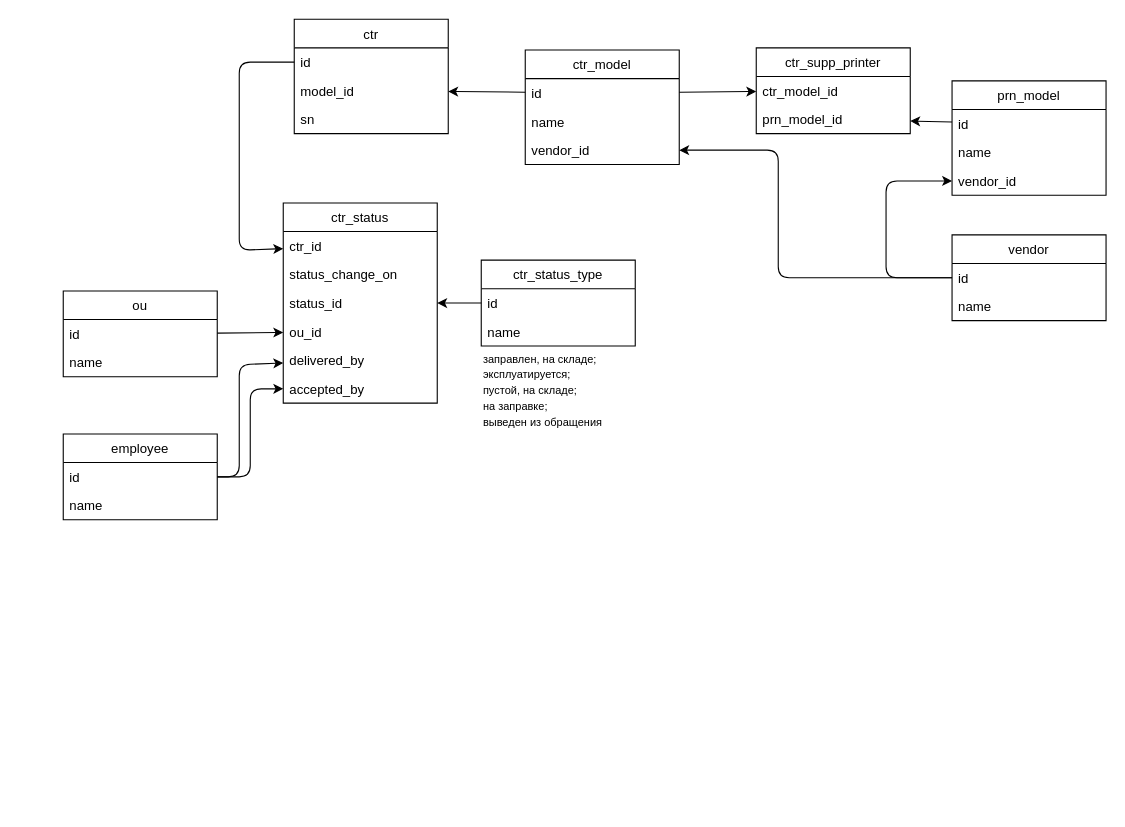
This is cartridge_accounting.drawio from IgorTkachuk/caartridge_accounting, a draw.io file, before an edit. Source tidied: cells renumbered, new cells numbered last; positions are measured from the earlier drawing's top-left corner, leaving out a move shared by most shapes. Both pictures are drawn from the tidied source at 110%, with x=0, y=0 at pixel (63, 19).
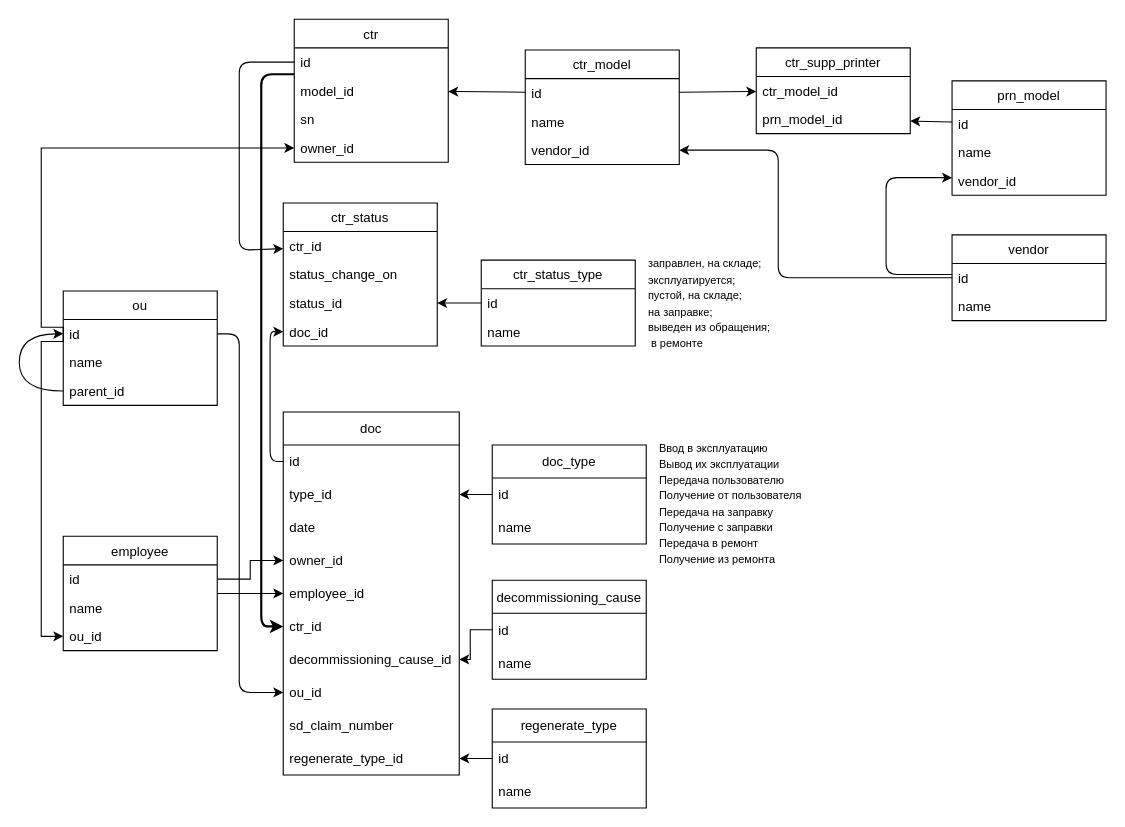
Above is the later version.

The change refers to these unchanged cells:
```xml
<mxCell id="3" value="id" style="text;strokeColor=none;fillColor=none;align=left;verticalAlign=top;spacingLeft=4;spacingRight=4;overflow=hidden;points=[[0,0.5],[1,0.5]];portConstraint=eastwest;" parent="2" vertex="1">
  <mxGeometry y="26" width="140" height="26" as="geometry" />
</mxCell>
<mxCell id="9" value="vendor_id" style="text;strokeColor=none;fillColor=none;align=left;verticalAlign=top;spacingLeft=4;spacingRight=4;overflow=hidden;points=[[0,0.5],[1,0.5]];portConstraint=eastwest;" parent="6" vertex="1">
  <mxGeometry y="78" width="140" height="26" as="geometry" />
</mxCell>
<mxCell id="18" value="id" style="text;strokeColor=none;fillColor=none;align=left;verticalAlign=top;spacingLeft=4;spacingRight=4;overflow=hidden;points=[[0,0.5],[1,0.5]];portConstraint=eastwest;" parent="17" vertex="1">
  <mxGeometry y="26" width="140" height="26" as="geometry" />
</mxCell>
<mxCell id="36" value="id" style="text;strokeColor=none;fillColor=none;align=left;verticalAlign=top;spacingLeft=4;spacingRight=4;overflow=hidden;points=[[0,0.5],[1,0.5]];portConstraint=eastwest;" parent="35" vertex="1">
  <mxGeometry y="26" width="140" height="26" as="geometry" />
</mxCell>
<mxCell id="41" value="id" style="text;strokeColor=none;fillColor=none;align=left;verticalAlign=top;spacingLeft=4;spacingRight=4;overflow=hidden;points=[[0,0.5],[1,0.5]];portConstraint=eastwest;" parent="40" vertex="1">
  <mxGeometry y="26" width="140" height="26" as="geometry" />
</mxCell>
```

Diff of the diagram source:
```diff
@@
     <mxCell id="2" value="ctr" style="swimlane;fontStyle=0;horizontal=1;startSize=26;" parent="1" vertex="1">
-      <mxGeometry x="210" width="140" height="104" as="geometry" />
+      <mxGeometry x="210" width="140" height="130" as="geometry" />
     </mxCell>
@@
+    <mxCell id="47" value="owner_id" style="text;strokeColor=none;fillColor=none;align=left;verticalAlign=top;spacingLeft=4;spacingRight=4;overflow=hidden;points=[[0,0.5],[1,0.5]];portConstraint=eastwest;" parent="2" vertex="1">
+      <mxGeometry y="104" width="140" height="26" as="geometry" />
+    </mxCell>
@@
-    <mxCell id="20" style="endArrow=classic;html=1;exitX=0;exitY=0.5;exitDx=0;exitDy=0;" parent="1" edge="1" source="18" target="9">
+    <mxCell id="20" style="endArrow=classic;html=1;exitX=0;exitY=0.5;exitDx=0;exitDy=0;" parent="1" edge="1">
       <mxGeometry relative="1" as="geometry">
+        <mxPoint x="808" y="232" as="sourcePoint" />
+        <mxPoint x="808" y="144" as="targetPoint" />
         <Array as="points">
-          <mxPoint x="748" y="235" />
-          <mxPoint x="748" y="147" />
+          <mxPoint x="748" y="232" />
+          <mxPoint x="748" y="144" />
         </Array>
       </mxGeometry>
     </mxCell>
@@
     <mxCell id="23" value="ctr_status" style="swimlane;fontStyle=0;horizontal=1;startSize=26;" parent="1" vertex="1">
-      <mxGeometry x="200" y="167" width="140" height="182" as="geometry" />
+      <mxGeometry x="200" y="167" width="140" height="130" as="geometry" />
     </mxCell>
@@
-    <mxCell id="27" value="ou_id" style="text;strokeColor=none;fillColor=none;align=left;verticalAlign=top;spacingLeft=4;spacingRight=4;overflow=hidden;points=[[0,0.5],[1,0.5]];portConstraint=eastwest;" parent="23" vertex="1">
-      <mxGeometry y="104" width="140" height="26" as="geometry" />
-    </mxCell>
-    <mxCell id="28" value="delivered_by" style="text;strokeColor=none;fillColor=none;align=left;verticalAlign=top;spacingLeft=4;spacingRight=4;overflow=hidden;points=[[0,0.5],[1,0.5]];portConstraint=eastwest;" parent="23" vertex="1">
-      <mxGeometry y="130" width="140" height="26" as="geometry" />
-    </mxCell>
-    <mxCell id="29" value="accepted_by" style="text;strokeColor=none;fillColor=none;align=left;verticalAlign=top;spacingLeft=4;spacingRight=4;overflow=hidden;points=[[0,0.5],[1,0.5]];portConstraint=eastwest;" parent="23" vertex="1">
-      <mxGeometry y="156" width="140" height="26" as="geometry" />
-    </mxCell>
+    <mxCell id="48" value="doc_id" style="text;strokeColor=none;fillColor=none;align=left;verticalAlign=top;spacingLeft=4;spacingRight=4;overflow=hidden;points=[[0,0.5],[1,0.5]];portConstraint=eastwest;" parent="23" vertex="1">
+      <mxGeometry y="104" width="140" height="26" as="geometry" />
+    </mxCell>
@@
     <mxCell id="35" value="ou" style="swimlane;fontStyle=0;horizontal=1;startSize=26;" parent="1" vertex="1">
-      <mxGeometry y="247" width="140" height="78" as="geometry" />
+      <mxGeometry y="247" width="140" height="104" as="geometry" />
     </mxCell>
@@
-    <mxCell id="38" style="endArrow=classic;html=1;" parent="1" edge="1" source="36" target="27">
-      <mxGeometry relative="1" as="geometry" />
-    </mxCell>
+    <mxCell id="49" style="edgeStyle=orthogonalEdgeStyle;jettySize=auto;html=1;exitX=0;exitY=0.5;exitDx=0;exitDy=0;entryX=0;entryY=0.5;entryDx=0;entryDy=0;curved=1;" parent="35" edge="1" source="50" target="36">
+      <mxGeometry relative="1" as="geometry">
+        <Array as="points">
+          <mxPoint x="-40" y="91" />
+          <mxPoint x="-40" y="39" />
+        </Array>
+      </mxGeometry>
+    </mxCell>
+    <mxCell id="50" value="parent_id" style="text;strokeColor=none;fillColor=none;align=left;verticalAlign=top;spacingLeft=4;spacingRight=4;overflow=hidden;points=[[0,0.5],[1,0.5]];portConstraint=eastwest;" parent="35" vertex="1">
+      <mxGeometry y="78" width="140" height="26" as="geometry" />
+    </mxCell>
-    <mxCell id="39" value="&lt;span style=&quot;font-size: 10px&quot;&gt;заправлен, на складе;&lt;br&gt;эксплуатируется;&lt;br&gt;пустой, на складе;&lt;br&gt;на заправке;&lt;br&gt;выведен из обращения&lt;br&gt;&lt;/span&gt;" style="text;html=1;align=left;verticalAlign=middle;strokeColor=none;" parent="1" vertex="1">
-      <mxGeometry x="380" y="297" width="120" height="80" as="geometry" />
+    <mxCell id="39" value="&lt;span style=&quot;font-size: 10px&quot;&gt;заправлен, на складе;&lt;br&gt;эксплуатируется;&lt;br&gt;пустой, на складе;&lt;br&gt;на заправке;&lt;br&gt;выведен из обращения;&lt;br&gt;&amp;nbsp;в ремонте&lt;br&gt;&lt;/span&gt;" style="text;html=1;align=left;verticalAlign=middle;strokeColor=none;" parent="1" vertex="1">
+      <mxGeometry x="530" y="208" width="130" height="100" as="geometry" />
     </mxCell>
+    <mxCell id="51" style="edgeStyle=orthogonalEdgeStyle;rounded=0;jettySize=auto;html=1;" parent="1" edge="1" source="40" target="58">
+      <mxGeometry relative="1" as="geometry" />
+    </mxCell>
     <mxCell id="40" value="employee" style="swimlane;fontStyle=0;horizontal=1;startSize=26;" parent="1" vertex="1">
-      <mxGeometry y="377" width="140" height="78" as="geometry" />
+      <mxGeometry y="470" width="140" height="104" as="geometry" />
     </mxCell>
@@
-    <mxCell id="43" style="endArrow=classic;html=1;" parent="1" edge="1" source="41" target="28">
-      <mxGeometry relative="1" as="geometry">
-        <Array as="points">
-          <mxPoint x="160" y="416" />
-          <mxPoint x="160" y="314" />
-        </Array>
-      </mxGeometry>
-    </mxCell>
-    <mxCell id="44" style="endArrow=classic;html=1;" parent="1" edge="1" source="41" target="29">
-      <mxGeometry relative="1" as="geometry">
-        <Array as="points">
-          <mxPoint x="170" y="416" />
-          <mxPoint x="170" y="336" />
-        </Array>
-      </mxGeometry>
-    </mxCell>
+    <mxCell id="27" value="ou_id" style="text;strokeColor=none;fillColor=none;align=left;verticalAlign=top;spacingLeft=4;spacingRight=4;overflow=hidden;points=[[0,0.5],[1,0.5]];portConstraint=eastwest;" parent="40" vertex="1">
+      <mxGeometry y="78" width="140" height="26" as="geometry" />
+    </mxCell>
@@
+    <mxCell id="52" style="edgeStyle=orthogonalEdgeStyle;rounded=0;jettySize=auto;html=1;exitX=0;exitY=0.5;exitDx=0;exitDy=0;entryX=0;entryY=0.5;entryDx=0;entryDy=0;" parent="1" edge="1" source="36" target="47">
+      <mxGeometry relative="1" as="geometry">
+        <Array as="points">
+          <mxPoint y="280" />
+          <mxPoint x="-20" y="280" />
+          <mxPoint x="-20" y="117" />
+        </Array>
+      </mxGeometry>
+    </mxCell>
+    <mxCell id="38" style="edgeStyle=orthogonalEdgeStyle;rounded=0;jettySize=auto;html=1;exitX=0;exitY=0.5;exitDx=0;exitDy=0;entryX=0;entryY=0.5;entryDx=0;entryDy=0;" parent="1" edge="1" source="36" target="27">
+      <mxGeometry relative="1" as="geometry">
+        <Array as="points">
+          <mxPoint y="293" />
+          <mxPoint x="-20" y="293" />
+          <mxPoint x="-20" y="561" />
+        </Array>
+      </mxGeometry>
+    </mxCell>
+    <mxCell id="53" value="doc" style="swimlane;fontStyle=0;horizontal=1;startSize=30;" parent="1" vertex="1">
+      <mxGeometry x="200" y="357" width="160" height="330" as="geometry" />
+    </mxCell>
+    <mxCell id="54" value="id" style="text;strokeColor=none;fillColor=none;align=left;verticalAlign=middle;spacingLeft=4;spacingRight=4;overflow=hidden;points=[[0,0.5],[1,0.5]];portConstraint=eastwest;" parent="53" vertex="1">
+      <mxGeometry y="30" width="160" height="30" as="geometry" />
+    </mxCell>
+    <mxCell id="55" value="type_id" style="text;strokeColor=none;fillColor=none;align=left;verticalAlign=middle;spacingLeft=4;spacingRight=4;overflow=hidden;points=[[0,0.5],[1,0.5]];portConstraint=eastwest;" parent="53" vertex="1">
+      <mxGeometry y="60" width="160" height="30" as="geometry" />
+    </mxCell>
+    <mxCell id="56" value="date" style="text;strokeColor=none;fillColor=none;align=left;verticalAlign=middle;spacingLeft=4;spacingRight=4;overflow=hidden;" parent="53" vertex="1">
+      <mxGeometry y="90" width="160" height="30" as="geometry" />
+    </mxCell>
+    <mxCell id="57" value="owner_id" style="text;strokeColor=none;fillColor=none;align=left;verticalAlign=middle;spacingLeft=4;spacingRight=4;overflow=hidden;points=[[0,0.5],[1,0.5]];portConstraint=eastwest;" parent="53" vertex="1">
+      <mxGeometry y="120" width="160" height="30" as="geometry" />
+    </mxCell>
+    <mxCell id="58" value="employee_id" style="text;strokeColor=none;fillColor=none;align=left;verticalAlign=middle;spacingLeft=4;spacingRight=4;overflow=hidden;points=[[0,0.5],[1,0.5]];portConstraint=eastwest;" parent="53" vertex="1">
+      <mxGeometry y="150" width="160" height="30" as="geometry" />
+    </mxCell>
+    <mxCell id="59" value="ctr_id" style="text;strokeColor=none;fillColor=none;align=left;verticalAlign=middle;spacingLeft=4;spacingRight=4;overflow=hidden;points=[[0,0.5],[1,0.5]];portConstraint=eastwest;" parent="53" vertex="1">
+      <mxGeometry y="180" width="160" height="30" as="geometry" />
+    </mxCell>
+    <mxCell id="60" value="decommissioning_cause_id" style="text;strokeColor=none;fillColor=none;align=left;verticalAlign=middle;spacingLeft=4;spacingRight=4;overflow=hidden;points=[[0,0.5],[1,0.5]];portConstraint=eastwest;" parent="53" vertex="1">
+      <mxGeometry y="210" width="160" height="30" as="geometry" />
+    </mxCell>
+    <mxCell id="61" value="ou_id" style="text;strokeColor=none;fillColor=none;align=left;verticalAlign=middle;spacingLeft=4;spacingRight=4;overflow=hidden;points=[[0,0.5],[1,0.5]];portConstraint=eastwest;" parent="53" vertex="1">
+      <mxGeometry y="240" width="160" height="30" as="geometry" />
+    </mxCell>
+    <mxCell id="62" value="sd_claim_number" style="text;strokeColor=none;fillColor=none;align=left;verticalAlign=middle;spacingLeft=4;spacingRight=4;overflow=hidden;" parent="53" vertex="1">
+      <mxGeometry y="270" width="160" height="30" as="geometry" />
+    </mxCell>
+    <mxCell id="63" value="regenerate_type_id" style="text;strokeColor=none;fillColor=none;align=left;verticalAlign=middle;spacingLeft=4;spacingRight=4;overflow=hidden;points=[[0,0.5],[1,0.5]];portConstraint=eastwest;" parent="53" vertex="1">
+      <mxGeometry y="300" width="160" height="30" as="geometry" />
+    </mxCell>
+    <mxCell id="64" value="doc_type" style="swimlane;fontStyle=0;horizontal=1;startSize=30;" parent="1" vertex="1">
+      <mxGeometry x="390" y="387" width="140" height="90" as="geometry" />
+    </mxCell>
+    <mxCell id="65" value="id" style="text;strokeColor=none;fillColor=none;align=left;verticalAlign=middle;spacingLeft=4;spacingRight=4;overflow=hidden;points=[[0,0.5],[1,0.5]];portConstraint=eastwest;" parent="64" vertex="1">
+      <mxGeometry y="30" width="140" height="30" as="geometry" />
+    </mxCell>
+    <mxCell id="66" value="name" style="text;strokeColor=none;fillColor=none;align=left;verticalAlign=middle;spacingLeft=4;spacingRight=4;overflow=hidden;" parent="64" vertex="1">
+      <mxGeometry y="60" width="140" height="30" as="geometry" />
+    </mxCell>
+    <mxCell id="67" style="edgeStyle=orthogonalEdgeStyle;rounded=0;jettySize=auto;html=1;exitX=0;exitY=0.5;exitDx=0;exitDy=0;" parent="1" edge="1" source="65" target="55">
+      <mxGeometry relative="1" as="geometry" />
+    </mxCell>
+    <mxCell id="68" style="edgeStyle=orthogonalEdgeStyle;rounded=0;jettySize=auto;html=1;" parent="1" edge="1" source="41" target="57">
+      <mxGeometry relative="1" as="geometry" />
+    </mxCell>
+    <mxCell id="69" style="edgeStyle=orthogonalEdgeStyle;jettySize=auto;html=1;entryX=0;entryY=0.5;entryDx=0;entryDy=0;strokeWidth=2;strokeColor=default;rounded=1;" parent="1" edge="1" source="3" target="59">
+      <mxGeometry relative="1" as="geometry">
+        <Array as="points">
+          <mxPoint x="180" y="50" />
+          <mxPoint x="180" y="552" />
+        </Array>
+      </mxGeometry>
+    </mxCell>
+    <mxCell id="70" style="edgeStyle=orthogonalEdgeStyle;rounded=1;jettySize=auto;html=1;exitX=1;exitY=0.5;exitDx=0;exitDy=0;" parent="1" edge="1" source="36" target="61">
+      <mxGeometry relative="1" as="geometry">
+        <Array as="points">
+          <mxPoint x="160" y="286" />
+          <mxPoint x="160" y="612" />
+        </Array>
+      </mxGeometry>
+    </mxCell>
+    <mxCell id="71" value="decommissioning_cause" style="swimlane;fontStyle=0;horizontal=1;startSize=30;" parent="1" vertex="1">
+      <mxGeometry x="390" y="510" width="140" height="90" as="geometry" />
+    </mxCell>
+    <mxCell id="72" value="id" style="text;strokeColor=none;fillColor=none;align=left;verticalAlign=middle;spacingLeft=4;spacingRight=4;overflow=hidden;points=[[0,0.5],[1,0.5]];portConstraint=eastwest;" parent="71" vertex="1">
+      <mxGeometry y="30" width="140" height="30" as="geometry" />
+    </mxCell>
+    <mxCell id="73" value="name" style="text;strokeColor=none;fillColor=none;align=left;verticalAlign=middle;spacingLeft=4;spacingRight=4;overflow=hidden;" parent="71" vertex="1">
+      <mxGeometry y="60" width="140" height="30" as="geometry" />
+    </mxCell>
+    <mxCell id="74" style="edgeStyle=orthogonalEdgeStyle;rounded=0;jettySize=auto;html=1;exitX=0;exitY=0.5;exitDx=0;exitDy=0;" parent="1" edge="1" source="72" target="60">
+      <mxGeometry relative="1" as="geometry" />
+    </mxCell>
+    <mxCell id="75" value="regenerate_type" style="swimlane;fontStyle=0;horizontal=1;startSize=30;" parent="1" vertex="1">
+      <mxGeometry x="390" y="627" width="140" height="90" as="geometry" />
+    </mxCell>
+    <mxCell id="76" value="id" style="text;strokeColor=none;fillColor=none;align=left;verticalAlign=middle;spacingLeft=4;spacingRight=4;overflow=hidden;points=[[0,0.5],[1,0.5]];portConstraint=eastwest;" parent="75" vertex="1">
+      <mxGeometry y="30" width="140" height="30" as="geometry" />
+    </mxCell>
+    <mxCell id="77" value="name" style="text;strokeColor=none;fillColor=none;align=left;verticalAlign=middle;spacingLeft=4;spacingRight=4;overflow=hidden;" parent="75" vertex="1">
+      <mxGeometry y="60" width="140" height="30" as="geometry" />
+    </mxCell>
+    <mxCell id="78" style="edgeStyle=orthogonalEdgeStyle;rounded=0;jettySize=auto;html=1;" parent="1" edge="1" source="76" target="63">
+      <mxGeometry relative="1" as="geometry" />
+    </mxCell>
+    <mxCell id="79" value="&lt;font style=&quot;font-size: 10px&quot;&gt;Ввод в эксплуатацию&lt;br&gt;Вывод их эксплуатации&lt;br&gt;Передача пользователю&lt;br&gt;Получение от пользователя&lt;br&gt;Передача на заправку&lt;br&gt;Получение с заправки&lt;br&gt;Передача в ремонт&lt;br&gt;Получение из ремонта&lt;/font&gt;" style="text;html=1;align=left;verticalAlign=middle;strokeColor=none;fillColor=none;" parent="1" vertex="1">
+      <mxGeometry x="540" y="375" width="150" height="130" as="geometry" />
+    </mxCell>
+    <mxCell id="80" style="edgeStyle=orthogonalEdgeStyle;jettySize=auto;html=1;exitX=0;exitY=0.5;exitDx=0;exitDy=0;entryX=0;entryY=0.5;entryDx=0;entryDy=0;fontSize=10;strokeColor=default;strokeWidth=1;rounded=1;" parent="1" edge="1" source="54" target="48">
+      <mxGeometry relative="1" as="geometry">
+        <Array as="points">
+          <mxPoint x="188" y="402" />
+          <mxPoint x="188" y="284" />
+        </Array>
+      </mxGeometry>
+    </mxCell>
```
